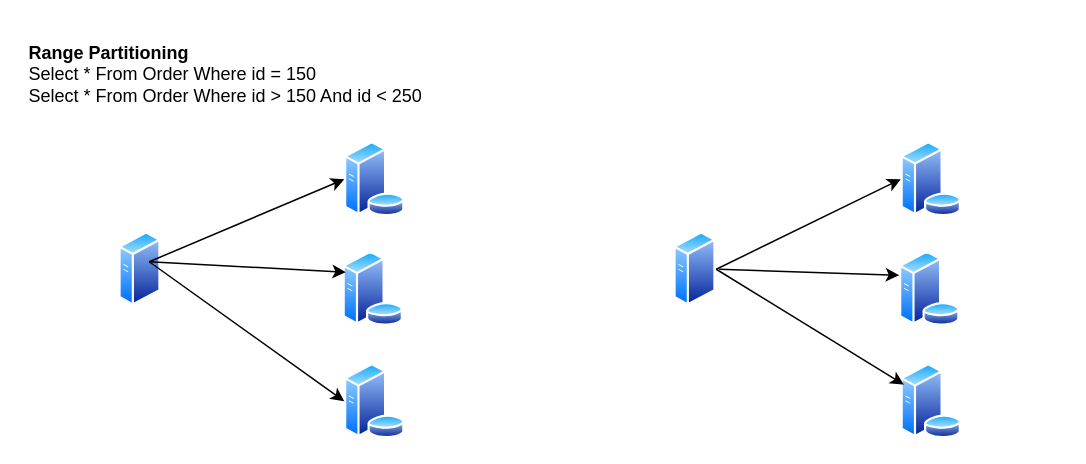
This is DB_Partitioning.drawio from dev-resources-millenium/ReferencesForEnterpriseApps, a draw.io file, before an edit. Source tidied: cells renumbered, new cells numbered last; positions are measured from the earlier drawing's top-left corner, leaving out a move shared by most shapes. Both pictures are drawn from the tidied source at 150%, with x=0, y=0 at pixel (26, 28).
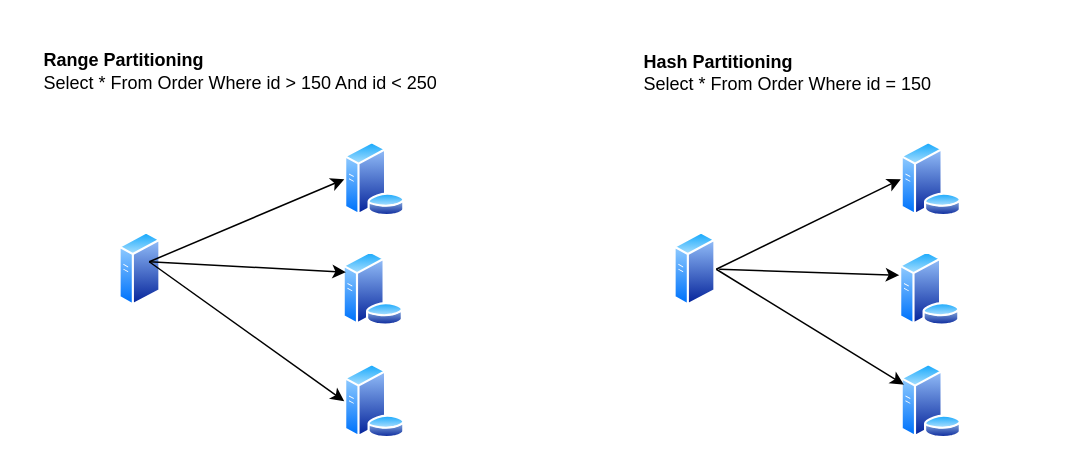
After the change.

Diff of the diagram source:
```diff
@@
-    <mxCell id="16" value="&lt;b&gt;Range Partitioning&lt;/b&gt;&lt;br&gt;Select * From Order Where id = 150&lt;br&gt;Select * From Order Where id &amp;gt; 150 And id &amp;lt; 250" style="text;html=1;strokeColor=none;fillColor=none;align=left;verticalAlign=middle;whiteSpace=wrap;overflow=hidden;" parent="1" vertex="1">
-      <mxGeometry width="280" height="60" as="geometry" />
+    <mxCell id="16" value="&lt;b&gt;Range Partitioning&lt;/b&gt;&lt;br&gt;Select * From Order Where id &amp;gt; 150 And id &amp;lt; 250" style="text;html=1;strokeColor=none;fillColor=none;align=left;verticalAlign=middle;whiteSpace=wrap;overflow=hidden;" parent="1" vertex="1">
+      <mxGeometry x="10" y="-2" width="280" height="60" as="geometry" />
     </mxCell>
+    <mxCell id="17" value="&lt;b&gt;Hash Partitioning&lt;/b&gt;&lt;br&gt;Select * From Order Where id = 150" style="text;html=1;strokeColor=none;fillColor=none;align=left;verticalAlign=middle;whiteSpace=wrap;overflow=hidden;" parent="1" vertex="1">
+      <mxGeometry x="410" y="-1" width="280" height="60" as="geometry" />
+    </mxCell>
```
